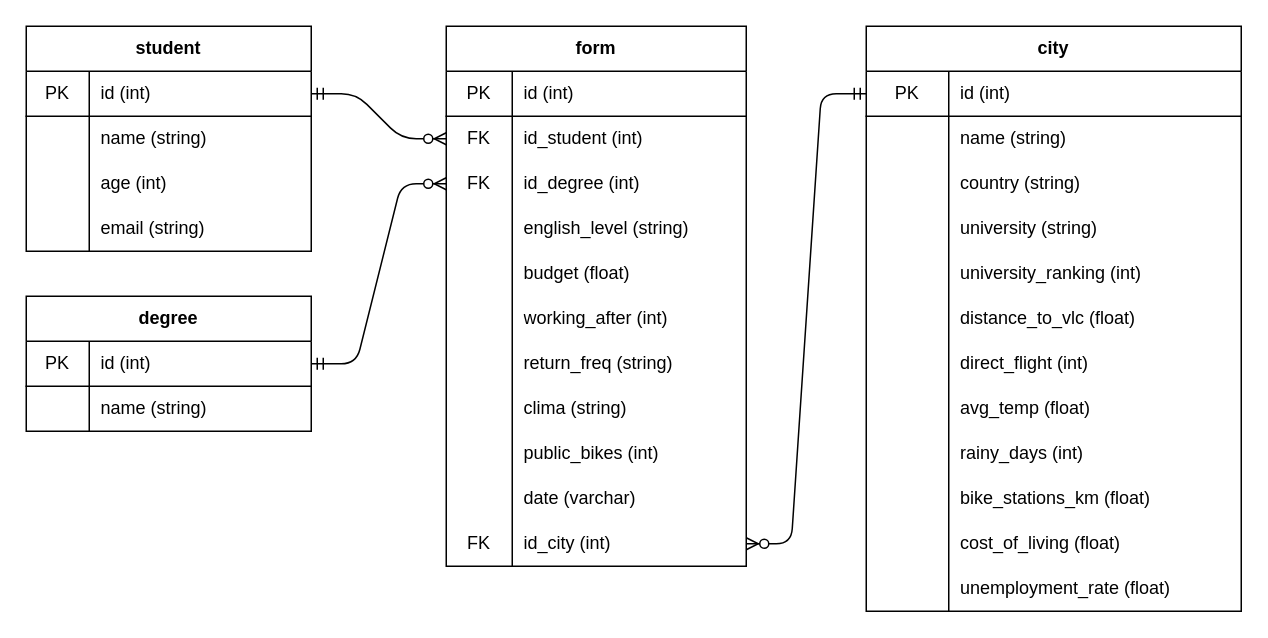
viasmo1/edem-mda-DP1-wake keeps this draw.io diagram as WakeTeam_db.drawio. Above is the earlier version. Source tidied: cells renumbered, new cells numbered last; positions are measured from the earlier drawing's top-left corner, leaving out a move shared by most shapes. Both pictures are drawn from the tidied source at 150%, with x=0, y=0 at pixel (26, 26).
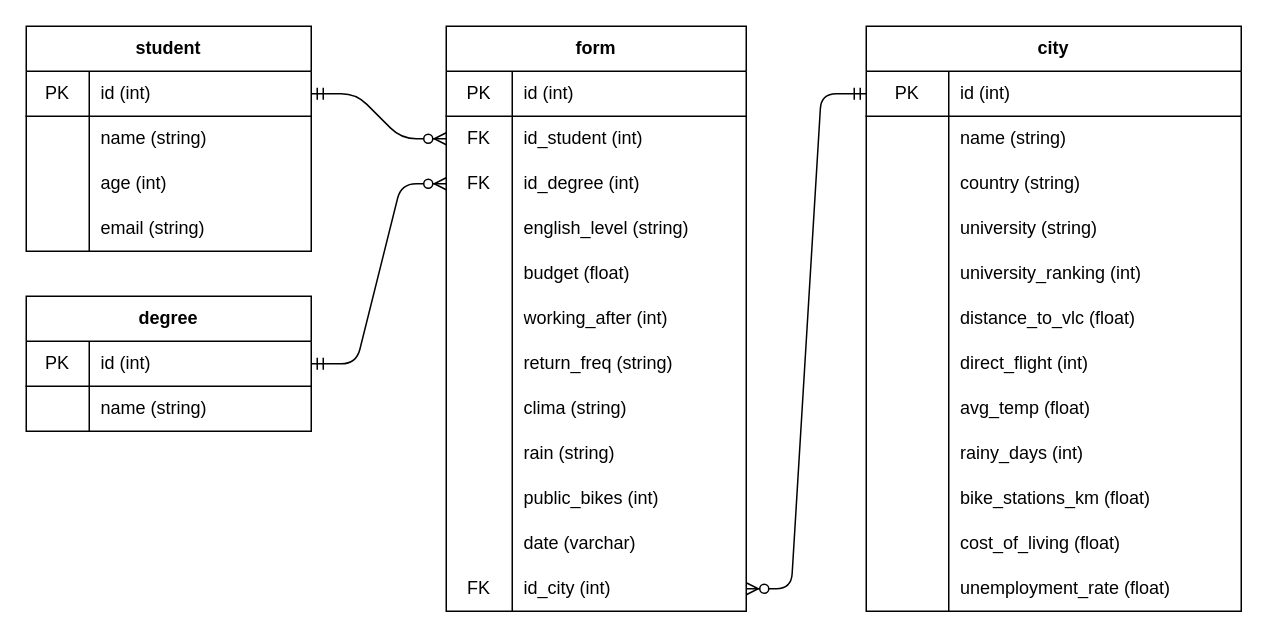
After the change.

Change to the diagram source:
```diff
@@
     <mxCell id="52" value="form" style="shape=table;html=1;whiteSpace=wrap;startSize=30;childLayout=tableLayout;rowLines=0;fontStyle=1;align=center;" parent="1" vertex="1">
-      <mxGeometry x="280" width="200" height="360" as="geometry" />
+      <mxGeometry x="280" width="200" height="390" as="geometry" />
     </mxCell>
@@
+    <mxCell id="96" style="shape=partialRectangle;html=1;whiteSpace=wrap;fillColor=none;top=0;left=0;bottom=0;right=0;" parent="52" vertex="1">
+      <mxGeometry y="270" width="200" height="30" as="geometry" />
+    </mxCell>
+    <mxCell id="97" style="shape=partialRectangle;html=1;whiteSpace=wrap;fillColor=none;top=0;left=0;bottom=0;right=0;overflow=hidden;" parent="96" vertex="1">
+      <mxGeometry width="44" height="30" as="geometry" />
+    </mxCell>
+    <mxCell id="98" value="rain (string)" style="shape=partialRectangle;html=1;whiteSpace=wrap;fillColor=none;top=0;left=0;bottom=0;right=0;align=left;spacingLeft=6;overflow=hidden;" parent="96" vertex="1">
+      <mxGeometry x="44" width="156" height="30" as="geometry" />
+    </mxCell>
     <mxCell id="77" style="shape=partialRectangle;html=1;whiteSpace=wrap;fillColor=none;top=0;left=0;bottom=0;right=0;" parent="52" vertex="1">
-      <mxGeometry y="270" width="200" height="30" as="geometry" />
+      <mxGeometry y="300" width="200" height="30" as="geometry" />
     </mxCell>
@@
     <mxCell id="80" style="shape=partialRectangle;html=1;whiteSpace=wrap;fillColor=none;top=0;left=0;bottom=0;right=0;" parent="52" vertex="1">
-      <mxGeometry y="300" width="200" height="30" as="geometry" />
+      <mxGeometry y="330" width="200" height="30" as="geometry" />
     </mxCell>
@@
     <mxCell id="83" style="shape=partialRectangle;html=1;whiteSpace=wrap;fillColor=none;top=0;left=0;bottom=0;right=0;points=[[0,0.5],[1,0.5]];portConstraint=eastwest;" parent="52" vertex="1">
-      <mxGeometry y="330" width="200" height="30" as="geometry" />
+      <mxGeometry y="360" width="200" height="30" as="geometry" />
     </mxCell>
```
